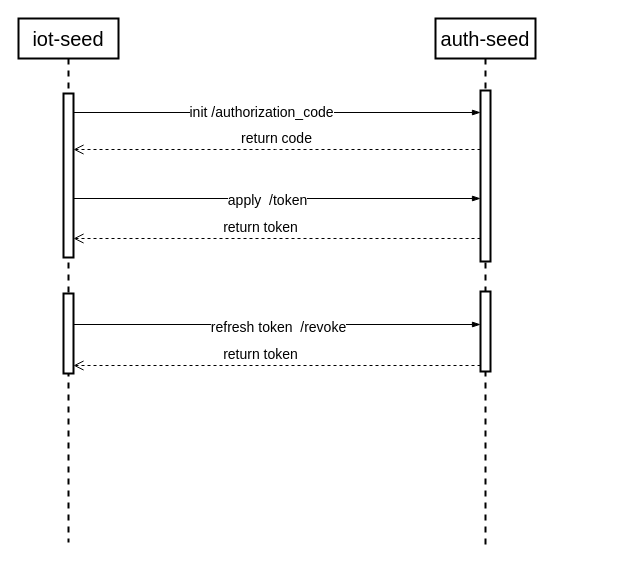
Earlier version of the draw.io diagram page "iot-seed-oauth2" (3 of 4) of Auth-seeds.drawio (SGA-Jie-Sha/diagram). Source tidied: cells renumbered, new cells numbered last; positions are measured from the earlier drawing's top-left corner, leaving out a move shared by most shapes. Both pictures are drawn from the tidied source at 100%, with x=0, y=0 at pixel (18, 18).
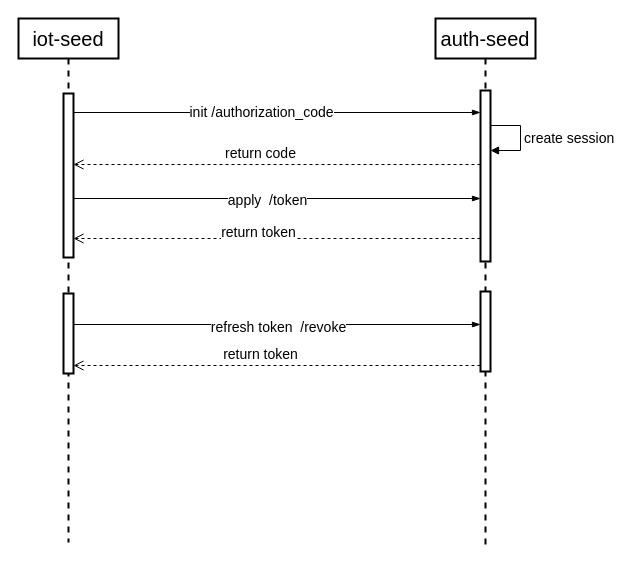
Above is the later version.

Unchanged cells that the change refers to:
```xml
<mxCell id="3" style="html=1;points=[];perimeter=orthogonalPerimeter;fontSize=20;strokeWidth=2;" parent="2" vertex="1">
  <mxGeometry x="45" y="75" width="10" height="164" as="geometry" />
</mxCell>
<mxCell id="5" value="auth-seed" style="shape=umlLifeline;perimeter=lifelinePerimeter;whiteSpace=wrap;html=1;fontSize=20;strokeWidth=2;" parent="1" vertex="1">
  <mxGeometry x="417" width="100" height="528" as="geometry" />
</mxCell>
<mxCell id="6" style="html=1;points=[];perimeter=orthogonalPerimeter;fontSize=20;strokeWidth=2;" parent="5" vertex="1">
  <mxGeometry x="45" y="72" width="10" height="171" as="geometry" />
</mxCell>
```

Diff of the diagram source:
```diff
@@
+    <mxCell id="17" value="create session" style="edgeStyle=orthogonalEdgeStyle;html=1;align=left;spacingLeft=2;endArrow=block;rounded=0;fontSize=14;" parent="5" edge="1" target="6">
+      <mxGeometry relative="1" as="geometry">
+        <mxPoint x="55" y="107" as="sourcePoint" />
+        <Array as="points">
+          <mxPoint x="85" y="107" />
+          <mxPoint x="85" y="132" />
+        </Array>
+      </mxGeometry>
+    </mxCell>
@@
     <mxCell id="10" value="return code" style="html=1;verticalAlign=bottom;endArrow=open;dashed=1;endSize=8;rounded=0;fontSize=14;" parent="1" edge="1" source="6" target="3">
-      <mxGeometry relative="1" as="geometry">
+      <mxGeometry x="0.08" relative="1" as="geometry">
         <Array as="points">
-          <mxPoint x="257" y="131" />
+          <mxPoint x="260" y="146" />
         </Array>
       </mxGeometry>
     </mxCell>
@@
     <mxCell id="13" value="return token" style="html=1;verticalAlign=bottom;endArrow=open;dashed=1;endSize=8;rounded=0;fontSize=14;" parent="1" edge="1" source="6" target="3">
-      <mxGeometry x="0.08" relative="1" as="geometry">
+      <mxGeometry x="0.09" y="5" relative="1" as="geometry">
         <Array as="points">
           <mxPoint x="258" y="220" />
         </Array>
       </mxGeometry>
     </mxCell>
```
